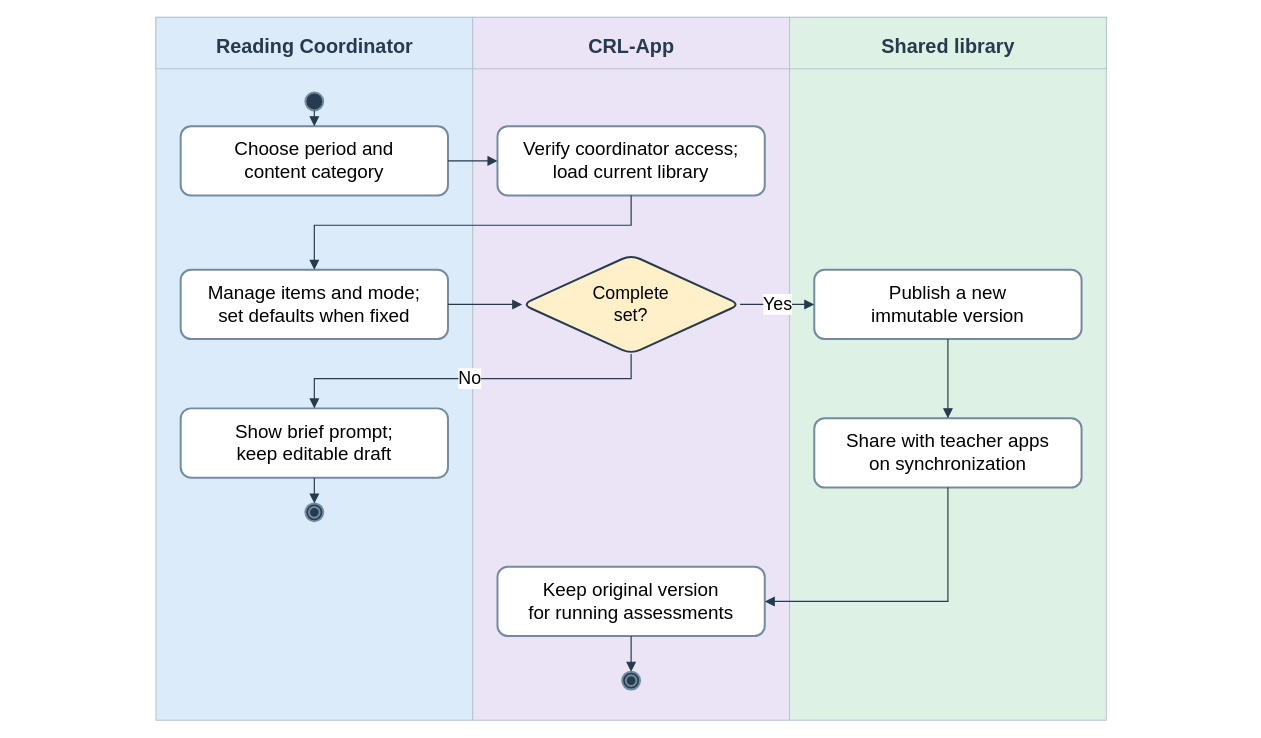
The draw.io diagram docs/diagrams/class-workspaces/figure-17-content-management.drawio in AkuSayangKamuJudaSayang/crl-app, before the edit. Source tidied: cells renumbered, new cells numbered last; positions are measured from the earlier drawing's top-left corner, leaving out a move shared by most shapes. Both pictures are drawn from the tidied source at 99%, with x=0, y=0 at pixel (17, 17).
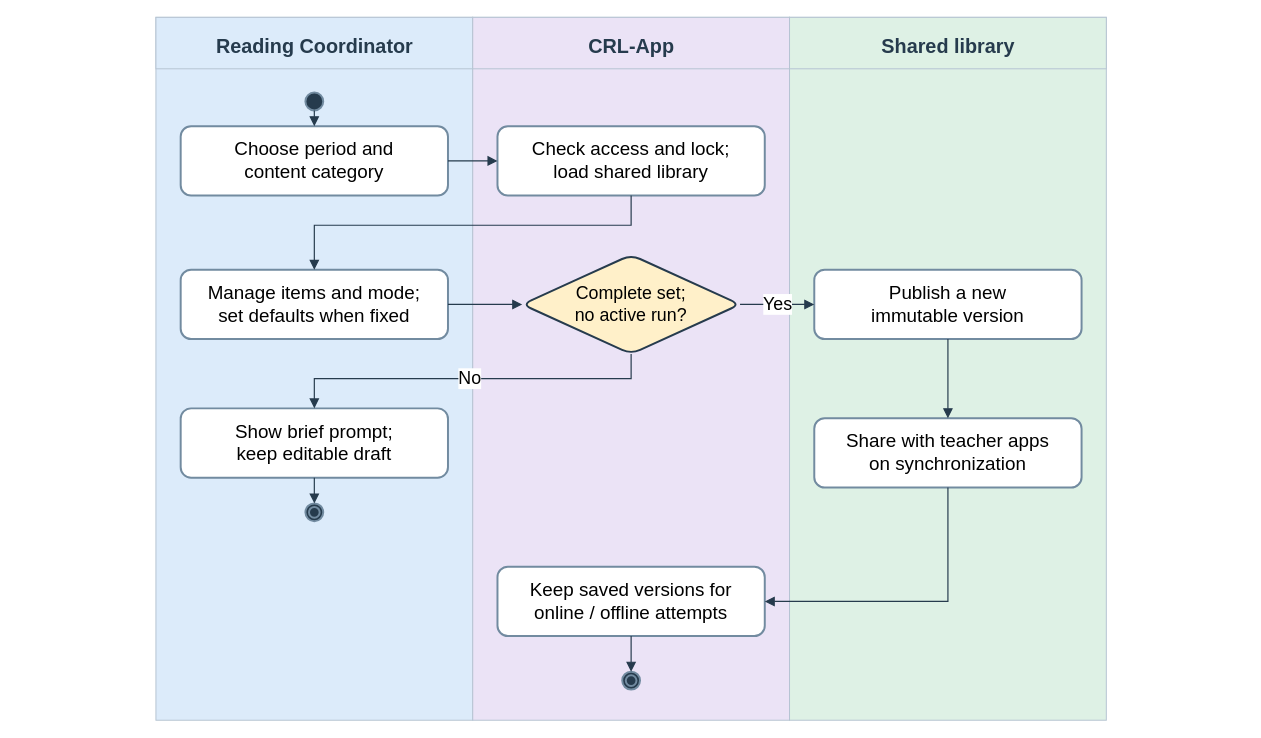
The same page after the edit.

Diff of the diagram source:
```diff
@@
-    <mxCell id="13" value="Verify coordinator access;&lt;br&gt;load current library" style="rounded=1;whiteSpace=wrap;html=1;fontFamily=Arial;fillColor=#ffffff;strokeColor=#728ba0;strokeWidth=2;fontSize=19;" parent="1" vertex="1">
+    <mxCell id="13" value="Check access and lock;&lt;br&gt;load shared library" style="rounded=1;whiteSpace=wrap;html=1;fontFamily=Arial;fillColor=#ffffff;strokeColor=#728ba0;strokeWidth=2;fontSize=19;" parent="1" vertex="1">
       <mxGeometry x="485" y="110" width="270" height="70" as="geometry" />
     </mxCell>
@@
-    <mxCell id="15" value="Complete&lt;br&gt;set?" style="rounded=1;whiteSpace=wrap;html=1;fontFamily=Arial;fillColor=#ffffff;strokeColor=#728ba0;strokeWidth=2;fontSize=19;shape=rhombus;strokeColor=#263b4d;fillColor=#fff0c9;fontSize=18;" parent="1" vertex="1">
+    <mxCell id="15" value="Complete set;&lt;br&gt;no active run?" style="rounded=1;whiteSpace=wrap;html=1;fontFamily=Arial;fillColor=#ffffff;strokeColor=#728ba0;strokeWidth=2;fontSize=19;shape=rhombus;strokeColor=#263b4d;fillColor=#fff0c9;fontSize=18;" parent="1" vertex="1">
       <mxGeometry x="510" y="240" width="220" height="100" as="geometry" />
     </mxCell>
@@
-    <mxCell id="20" value="Keep original version&lt;br&gt;for running assessments" style="rounded=1;whiteSpace=wrap;html=1;fontFamily=Arial;fillColor=#ffffff;strokeColor=#728ba0;strokeWidth=2;fontSize=19;" parent="1" vertex="1">
+    <mxCell id="20" value="Keep saved versions for&lt;br&gt;online / offline attempts" style="rounded=1;whiteSpace=wrap;html=1;fontFamily=Arial;fillColor=#ffffff;strokeColor=#728ba0;strokeWidth=2;fontSize=19;" parent="1" vertex="1">
       <mxGeometry x="485" y="555" width="270" height="70" as="geometry" />
     </mxCell>
```
